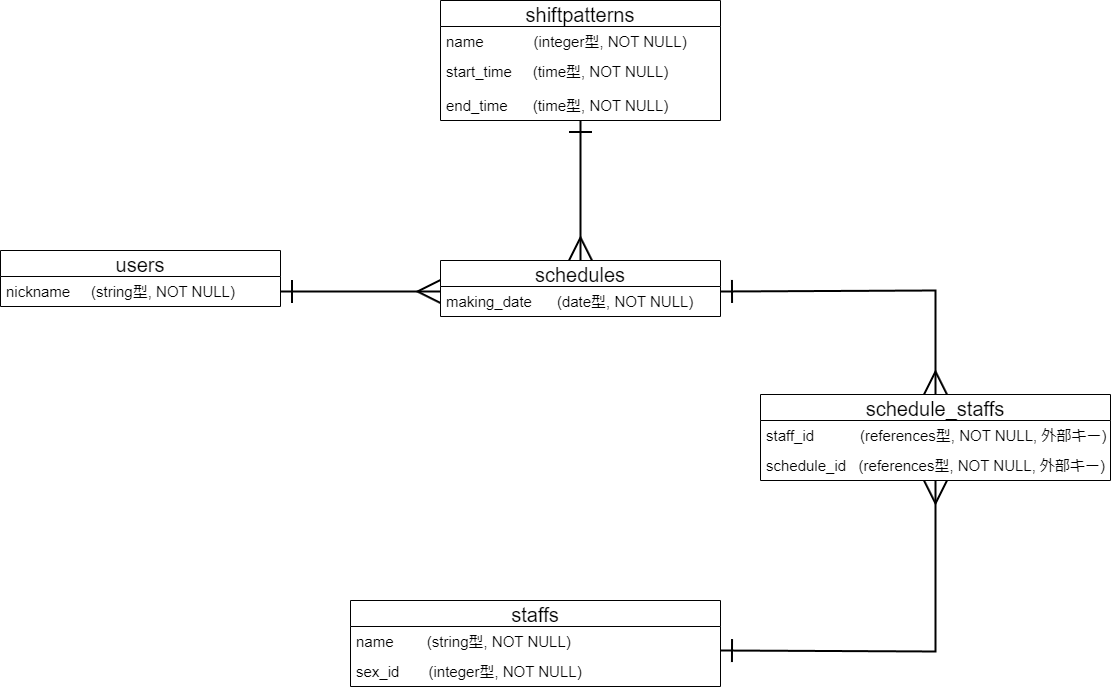
piyofisu/shift_maker keeps this draw.io diagram as shift_maker_DB.drawio.png. Above is the earlier version. Source tidied: cells renumbered, new cells last; positions are measured from the earlier drawing's top-left corner, leaving out a move shared by most shapes.
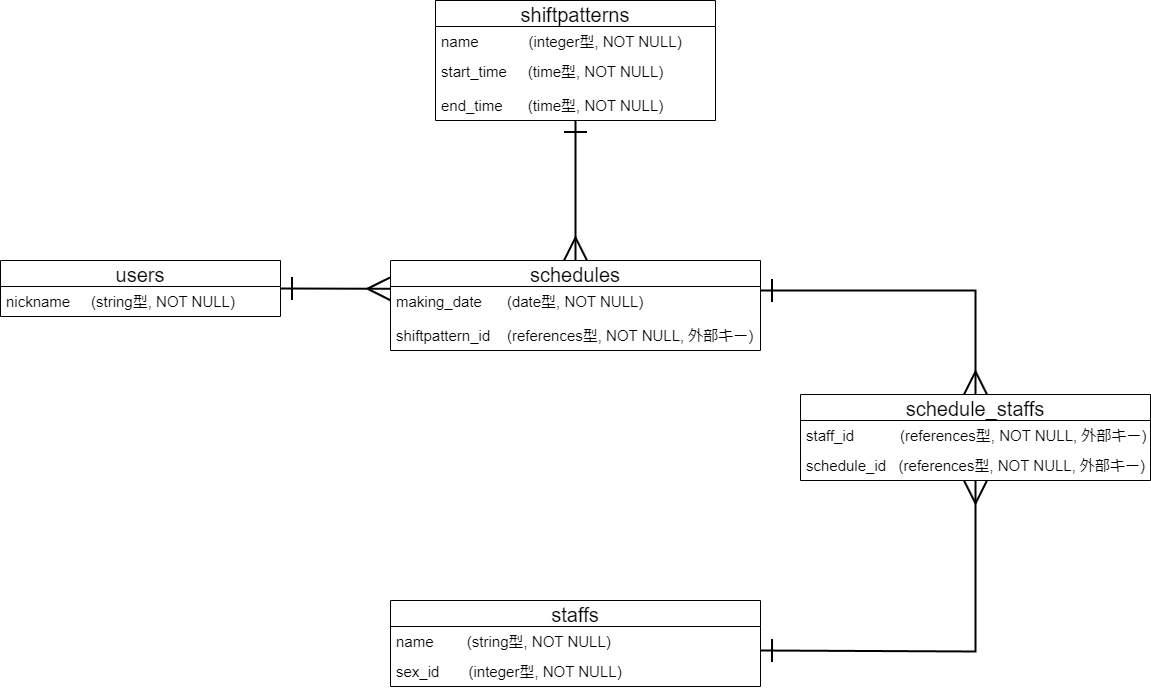
Later version of the same file.

Diff of the diagram source:
```diff
@@ -2,8 +2,11 @@
   <root>
     <mxCell id="0" />
     <mxCell id="1" parent="0" />
+    <mxCell id="20" style="edgeStyle=none;html=1;exitX=1;exitY=0.5;exitDx=0;exitDy=0;entryX=0;entryY=0.067;entryDx=0;entryDy=0;entryPerimeter=0;startArrow=ERone;startFill=0;strokeWidth=2;endArrow=ERmany;endFill=0;endSize=20;startSize=20;" parent="1" edge="1" source="2" target="8">
+      <mxGeometry relative="1" as="geometry" />
+    </mxCell>
     <mxCell id="2" value="users" style="swimlane;fontStyle=0;horizontal=1;startSize=26;align=center;fontSize=20;" parent="1" vertex="1">
-      <mxGeometry y="250" width="280" height="56" as="geometry" />
+      <mxGeometry x="-40" y="260" width="280" height="56" as="geometry" />
     </mxCell>
     <mxCell id="3" value="nickname     (string型, NOT NULL)   " style="text;strokeColor=none;fillColor=none;spacingLeft=4;spacingRight=4;overflow=hidden;points=[[0,0.5],[1,0.5]];portConstraint=eastwest;fontSize=15;" parent="2" vertex="1">
       <mxGeometry y="26" width="280" height="30" as="geometry" />
@@ -18,16 +21,14 @@
       <mxGeometry y="56" width="370" height="30" as="geometry" />
     </mxCell>
     <mxCell id="7" value="schedules" style="swimlane;fontStyle=0;horizontal=1;startSize=26;align=center;fontSize=20;" parent="1" vertex="1">
-      <mxGeometry x="440" y="260" width="280" height="56" as="geometry" />
+      <mxGeometry x="350" y="260" width="370" height="90" as="geometry" />
     </mxCell>
     <mxCell id="8" value="making_date      (date型, NOT NULL)" style="text;strokeColor=none;fillColor=none;spacingLeft=4;spacingRight=4;overflow=hidden;points=[[0,0.5],[1,0.5]];portConstraint=eastwest;fontSize=15;" parent="7" vertex="1">
-      <mxGeometry y="26" width="280" height="30" as="geometry" />
+      <mxGeometry y="26" width="370" height="34" as="geometry" />
     </mxCell>
-    <mxCell id="9" style="edgeStyle=none;html=1;exitX=1;exitY=0.5;exitDx=0;exitDy=0;strokeWidth=2;fontSize=15;startArrow=ERone;startFill=0;endArrow=ERmany;endFill=0;endSize=20;startSize=20;entryX=0;entryY=0.5;entryDx=0;entryDy=0;" parent="1" edge="1" source="3">
-      <mxGeometry relative="1" as="geometry">
-        <mxPoint x="440" y="291" as="targetPoint" />
-      </mxGeometry>
-    </mxCell>
+    <mxCell id="21" value="shiftpattern_id    (references型, NOT NULL, 外部キー)" style="text;strokeColor=none;fillColor=none;spacingLeft=4;spacingRight=4;overflow=hidden;fontSize=15;" parent="7" vertex="1">
+      <mxGeometry y="60" width="370" height="30" as="geometry" />
+    </mxCell>
     <mxCell id="10" value="schedule_staffs" style="swimlane;fontStyle=0;horizontal=1;startSize=26;align=center;fontSize=20;" parent="1" vertex="1">
       <mxGeometry x="760" y="394" width="350" height="86" as="geometry" />
     </mxCell>
@@ -45,9 +46,9 @@
         </Array>
       </mxGeometry>
     </mxCell>
-    <mxCell id="14" style="edgeStyle=none;html=1;exitX=1;exitY=0.5;exitDx=0;exitDy=0;entryX=0.5;entryY=0;entryDx=0;entryDy=0;strokeWidth=2;fontSize=15;startArrow=ERone;startFill=0;endArrow=ERmany;endFill=0;startSize=20;endSize=20;rounded=0;" parent="1" edge="1" target="10">
+    <mxCell id="14" style="edgeStyle=none;html=1;entryX=0.5;entryY=0;entryDx=0;entryDy=0;strokeWidth=2;fontSize=15;startArrow=ERone;startFill=0;endArrow=ERmany;endFill=0;startSize=20;endSize=20;rounded=0;" parent="1" edge="1" target="10">
       <mxGeometry relative="1" as="geometry">
-        <mxPoint x="720" y="291" as="sourcePoint" />
+        <mxPoint x="720" y="290" as="sourcePoint" />
         <Array as="points">
           <mxPoint x="935" y="290" />
         </Array>
@@ -57,7 +58,7 @@
       <mxGeometry relative="1" as="geometry" />
     </mxCell>
     <mxCell id="16" value="shiftpatterns" style="swimlane;fontStyle=0;horizontal=1;startSize=26;align=center;fontSize=20;" parent="1" vertex="1">
-      <mxGeometry x="440" width="280" height="120" as="geometry" />
+      <mxGeometry x="395" width="280" height="120" as="geometry" />
     </mxCell>
     <mxCell id="17" value="name            (integer型, NOT NULL)" style="text;strokeColor=none;fillColor=none;spacingLeft=4;spacingRight=4;overflow=hidden;fontSize=15;" parent="16" vertex="1">
       <mxGeometry y="26" width="280" height="30" as="geometry" />
```
